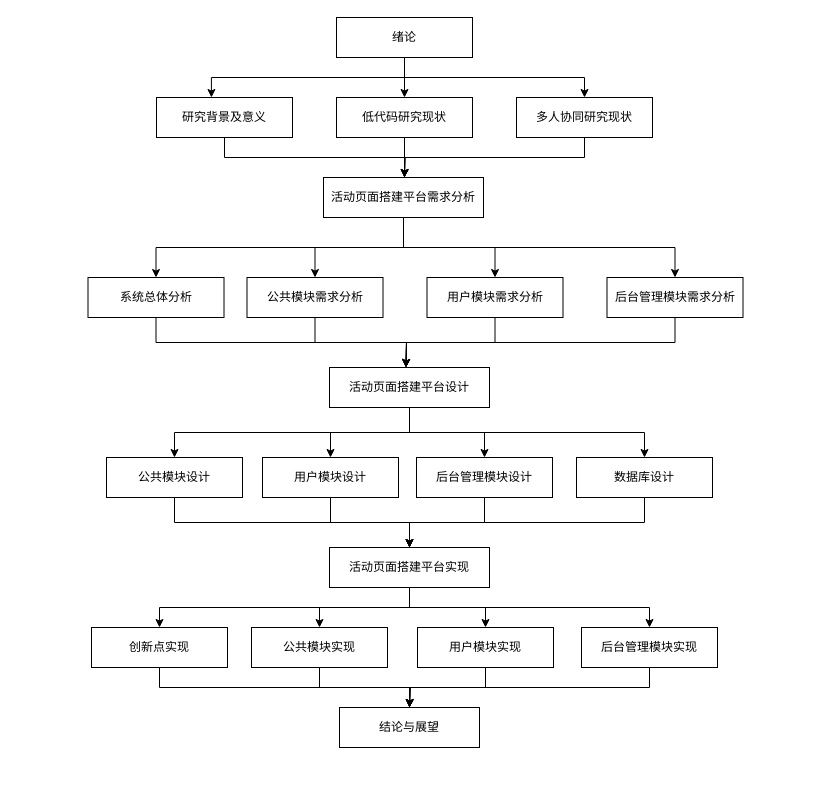
This is 论文的技术路线图.drawio from yuxinyu12345/diagrams, a draw.io file, before an edit. Source tidied: cells renumbered, new cells numbered last; positions are measured from the earlier drawing's top-left corner, leaving out a move shared by most shapes. Both pictures are drawn from the tidied source at 100%, with x=0, y=0 at pixel (87, 17).
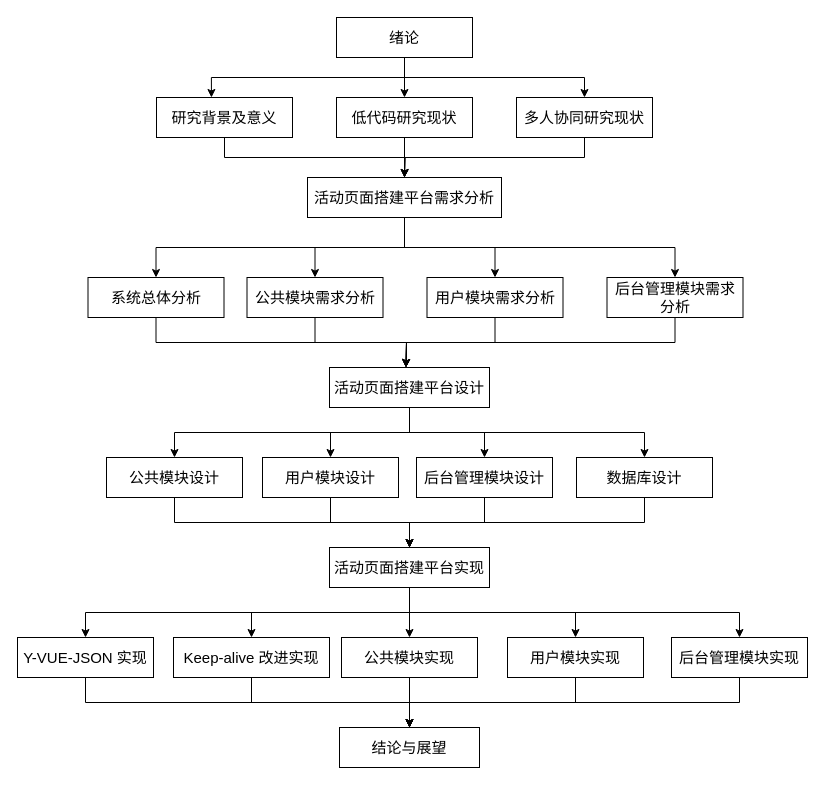
The same page after the edit.

Commit message (it also covers changes not shown here):
更新论文的技术路线图.drawio

What changed in the source:
```diff
@@
-    <mxCell id="2" style="edgeStyle=orthogonalEdgeStyle;rounded=0;jettySize=auto;html=1;exitX=0.5;exitY=1;exitDx=0;exitDy=0;" parent="1" edge="1" source="4" target="8">
+    <mxCell id="2" style="edgeStyle=orthogonalEdgeStyle;rounded=0;jettySize=auto;html=1;exitX=0.5;exitY=1;exitDx=0;exitDy=0;fontSize=15;" parent="1" edge="1" source="4" target="8">
       <mxGeometry relative="1" as="geometry" />
     </mxCell>
-    <mxCell id="3" style="edgeStyle=orthogonalEdgeStyle;rounded=0;jettySize=auto;html=1;exitX=0.5;exitY=1;exitDx=0;exitDy=0;" parent="1" edge="1" source="4" target="10">
+    <mxCell id="3" style="edgeStyle=orthogonalEdgeStyle;rounded=0;jettySize=auto;html=1;exitX=0.5;exitY=1;exitDx=0;exitDy=0;fontSize=15;" parent="1" edge="1" source="4" target="10">
       <mxGeometry relative="1" as="geometry" />
     </mxCell>
-    <mxCell id="4" value="绪论" style="rounded=0;whiteSpace=wrap;html=1;" parent="1" vertex="1">
+    <mxCell id="4" value="绪论" style="rounded=0;whiteSpace=wrap;html=1;fontSize=15;" parent="1" vertex="1">
       <mxGeometry x="249" width="136" height="40" as="geometry" />
     </mxCell>
-    <mxCell id="5" style="edgeStyle=orthogonalEdgeStyle;rounded=0;jettySize=auto;html=1;exitX=0.5;exitY=1;exitDx=0;exitDy=0;entryX=0.5;entryY=0;entryDx=0;entryDy=0;" parent="1" edge="1" source="6">
+    <mxCell id="5" style="edgeStyle=orthogonalEdgeStyle;rounded=0;jettySize=auto;html=1;exitX=0.5;exitY=1;exitDx=0;exitDy=0;entryX=0.5;entryY=0;entryDx=0;entryDy=0;fontSize=15;" parent="1" edge="1" source="6">
       <mxGeometry relative="1" as="geometry">
         <mxPoint x="317" y="160" as="targetPoint" />
       </mxGeometry>
     </mxCell>
-    <mxCell id="6" value="研究背景及意义" style="rounded=0;whiteSpace=wrap;html=1;" parent="1" vertex="1">
+    <mxCell id="6" value="研究背景及意义" style="rounded=0;whiteSpace=wrap;html=1;fontSize=15;" parent="1" vertex="1">
       <mxGeometry x="69" y="80" width="136" height="40" as="geometry" />
     </mxCell>
-    <mxCell id="7" style="edgeStyle=orthogonalEdgeStyle;rounded=0;jettySize=auto;html=1;exitX=0.5;exitY=1;exitDx=0;exitDy=0;entryX=0.5;entryY=0;entryDx=0;entryDy=0;" parent="1" edge="1" source="8">
+    <mxCell id="7" style="edgeStyle=orthogonalEdgeStyle;rounded=0;jettySize=auto;html=1;exitX=0.5;exitY=1;exitDx=0;exitDy=0;entryX=0.5;entryY=0;entryDx=0;entryDy=0;fontSize=15;" parent="1" edge="1" source="8">
       <mxGeometry relative="1" as="geometry">
         <mxPoint x="317" y="160" as="targetPoint" />
       </mxGeometry>
     </mxCell>
-    <mxCell id="8" value="低代码研究现状" style="rounded=0;whiteSpace=wrap;html=1;" parent="1" vertex="1">
+    <mxCell id="8" value="低代码研究现状" style="rounded=0;whiteSpace=wrap;html=1;fontSize=15;" parent="1" vertex="1">
       <mxGeometry x="249" y="80" width="136" height="40" as="geometry" />
     </mxCell>
-    <mxCell id="9" style="edgeStyle=orthogonalEdgeStyle;rounded=0;jettySize=auto;html=1;exitX=0.5;exitY=1;exitDx=0;exitDy=0;entryX=0.5;entryY=0;entryDx=0;entryDy=0;" parent="1" edge="1" source="10">
+    <mxCell id="9" style="edgeStyle=orthogonalEdgeStyle;rounded=0;jettySize=auto;html=1;exitX=0.5;exitY=1;exitDx=0;exitDy=0;entryX=0.5;entryY=0;entryDx=0;entryDy=0;fontSize=15;" parent="1" edge="1" source="10">
       <mxGeometry relative="1" as="geometry">
         <mxPoint x="317" y="160" as="targetPoint" />
       </mxGeometry>
     </mxCell>
-    <mxCell id="10" value="多人协同研究现状" style="rounded=0;whiteSpace=wrap;html=1;" parent="1" vertex="1">
+    <mxCell id="10" value="多人协同研究现状" style="rounded=0;whiteSpace=wrap;html=1;fontSize=15;" parent="1" vertex="1">
       <mxGeometry x="429" y="80" width="136" height="40" as="geometry" />
     </mxCell>
-    <mxCell id="11" style="edgeStyle=orthogonalEdgeStyle;rounded=0;jettySize=auto;html=1;exitX=0.5;exitY=1;exitDx=0;exitDy=0;entryX=0.5;entryY=0;entryDx=0;entryDy=0;" parent="1" edge="1" source="15" target="51">
+    <mxCell id="11" style="edgeStyle=orthogonalEdgeStyle;rounded=0;jettySize=auto;html=1;exitX=0.5;exitY=1;exitDx=0;exitDy=0;entryX=0.5;entryY=0;entryDx=0;entryDy=0;fontSize=15;" parent="1" edge="1" source="15" target="51">
       <mxGeometry relative="1" as="geometry" />
     </mxCell>
-    <mxCell id="12" style="edgeStyle=orthogonalEdgeStyle;rounded=0;jettySize=auto;html=1;exitX=0.5;exitY=1;exitDx=0;exitDy=0;" parent="1" edge="1" source="15" target="17">
+    <mxCell id="12" style="edgeStyle=orthogonalEdgeStyle;rounded=0;jettySize=auto;html=1;exitX=0.5;exitY=1;exitDx=0;exitDy=0;fontSize=15;" parent="1" edge="1" source="15" target="17">
       <mxGeometry relative="1" as="geometry" />
     </mxCell>
-    <mxCell id="13" style="edgeStyle=orthogonalEdgeStyle;rounded=0;jettySize=auto;html=1;exitX=0.5;exitY=1;exitDx=0;exitDy=0;" parent="1" edge="1" source="15" target="19">
+    <mxCell id="13" style="edgeStyle=orthogonalEdgeStyle;rounded=0;jettySize=auto;html=1;exitX=0.5;exitY=1;exitDx=0;exitDy=0;fontSize=15;" parent="1" edge="1" source="15" target="19">
       <mxGeometry relative="1" as="geometry" />
     </mxCell>
-    <mxCell id="14" style="edgeStyle=orthogonalEdgeStyle;rounded=0;jettySize=auto;html=1;exitX=0.5;exitY=1;exitDx=0;exitDy=0;" parent="1" edge="1" source="15" target="21">
+    <mxCell id="14" style="edgeStyle=orthogonalEdgeStyle;rounded=0;jettySize=auto;html=1;exitX=0.5;exitY=1;exitDx=0;exitDy=0;fontSize=15;" parent="1" edge="1" source="15" target="21">
       <mxGeometry relative="1" as="geometry" />
     </mxCell>
-    <mxCell id="15" value="活动页面搭建平台需求分析" style="rounded=0;whiteSpace=wrap;html=1;" parent="1" vertex="1">
-      <mxGeometry x="236" y="160" width="160" height="40" as="geometry" />
+    <mxCell id="15" value="活动页面搭建平台需求分析" style="rounded=0;whiteSpace=wrap;html=1;fontSize=15;" parent="1" vertex="1">
+      <mxGeometry x="220" y="160" width="194" height="40" as="geometry" />
     </mxCell>
-    <mxCell id="16" style="edgeStyle=orthogonalEdgeStyle;rounded=0;jettySize=auto;html=1;exitX=0.5;exitY=1;exitDx=0;exitDy=0;entryX=0.5;entryY=0;entryDx=0;entryDy=0;" parent="1" edge="1" source="17">
+    <mxCell id="16" style="edgeStyle=orthogonalEdgeStyle;rounded=0;jettySize=auto;html=1;exitX=0.5;exitY=1;exitDx=0;exitDy=0;entryX=0.5;entryY=0;entryDx=0;entryDy=0;fontSize=15;" parent="1" edge="1" source="17">
       <mxGeometry relative="1" as="geometry">
         <mxPoint x="318.5" y="350" as="targetPoint" />
       </mxGeometry>
     </mxCell>
-    <mxCell id="17" value="公共模块需求分析" style="rounded=0;whiteSpace=wrap;html=1;" parent="1" vertex="1">
+    <mxCell id="17" value="公共模块需求分析" style="rounded=0;whiteSpace=wrap;html=1;fontSize=15;" parent="1" vertex="1">
       <mxGeometry x="159.5" y="260" width="136" height="40" as="geometry" />
     </mxCell>
-    <mxCell id="18" style="edgeStyle=orthogonalEdgeStyle;rounded=0;jettySize=auto;html=1;exitX=0.5;exitY=1;exitDx=0;exitDy=0;entryX=0.5;entryY=0;entryDx=0;entryDy=0;" parent="1" edge="1" source="19">
+    <mxCell id="18" style="edgeStyle=orthogonalEdgeStyle;rounded=0;jettySize=auto;html=1;exitX=0.5;exitY=1;exitDx=0;exitDy=0;entryX=0.5;entryY=0;entryDx=0;entryDy=0;fontSize=15;" parent="1" edge="1" source="19">
       <mxGeometry relative="1" as="geometry">
         <mxPoint x="318.5" y="350" as="targetPoint" />
       </mxGeometry>
     </mxCell>
-    <mxCell id="19" value="用户模块需求分析" style="rounded=0;whiteSpace=wrap;html=1;" parent="1" vertex="1">
+    <mxCell id="19" value="用户模块需求分析" style="rounded=0;whiteSpace=wrap;html=1;fontSize=15;" parent="1" vertex="1">
       <mxGeometry x="339.5" y="260" width="136" height="40" as="geometry" />
     </mxCell>
-    <mxCell id="20" style="edgeStyle=orthogonalEdgeStyle;rounded=0;jettySize=auto;html=1;exitX=0.5;exitY=1;exitDx=0;exitDy=0;entryX=0.5;entryY=0;entryDx=0;entryDy=0;" parent="1" edge="1" source="21">
+    <mxCell id="20" style="edgeStyle=orthogonalEdgeStyle;rounded=0;jettySize=auto;html=1;exitX=0.5;exitY=1;exitDx=0;exitDy=0;entryX=0.5;entryY=0;entryDx=0;entryDy=0;fontSize=15;" parent="1" edge="1" source="21">
       <mxGeometry relative="1" as="geometry">
         <mxPoint x="318.5" y="350" as="targetPoint" />
       </mxGeometry>
     </mxCell>
-    <mxCell id="21" value="后台管理模块需求分析" style="rounded=0;whiteSpace=wrap;html=1;" parent="1" vertex="1">
+    <mxCell id="21" value="后台管理模块需求分析" style="rounded=0;whiteSpace=wrap;html=1;fontSize=15;" parent="1" vertex="1">
       <mxGeometry x="519.5" y="260" width="136" height="40" as="geometry" />
     </mxCell>
-    <mxCell id="22" style="edgeStyle=orthogonalEdgeStyle;rounded=0;jettySize=auto;html=1;exitX=0.5;exitY=1;exitDx=0;exitDy=0;entryX=0.5;entryY=0;entryDx=0;entryDy=0;" parent="1" edge="1" source="26" target="30">
+    <mxCell id="22" style="edgeStyle=orthogonalEdgeStyle;rounded=0;jettySize=auto;html=1;exitX=0.5;exitY=1;exitDx=0;exitDy=0;entryX=0.5;entryY=0;entryDx=0;entryDy=0;fontSize=15;" parent="1" edge="1" source="26" target="30">
       <mxGeometry relative="1" as="geometry" />
     </mxCell>
-    <mxCell id="23" style="edgeStyle=orthogonalEdgeStyle;rounded=0;jettySize=auto;html=1;exitX=0.5;exitY=1;exitDx=0;exitDy=0;entryX=0.5;entryY=0;entryDx=0;entryDy=0;" parent="1" edge="1" source="26" target="32">
+    <mxCell id="23" style="edgeStyle=orthogonalEdgeStyle;rounded=0;jettySize=auto;html=1;exitX=0.5;exitY=1;exitDx=0;exitDy=0;entryX=0.5;entryY=0;entryDx=0;entryDy=0;fontSize=15;" parent="1" edge="1" source="26" target="32">
       <mxGeometry relative="1" as="geometry" />
     </mxCell>
-    <mxCell id="24" style="edgeStyle=orthogonalEdgeStyle;rounded=0;jettySize=auto;html=1;exitX=0.5;exitY=1;exitDx=0;exitDy=0;entryX=0.5;entryY=0;entryDx=0;entryDy=0;" parent="1" edge="1" source="26" target="49">
+    <mxCell id="24" style="edgeStyle=orthogonalEdgeStyle;rounded=0;jettySize=auto;html=1;exitX=0.5;exitY=1;exitDx=0;exitDy=0;entryX=0.5;entryY=0;entryDx=0;entryDy=0;fontSize=15;" parent="1" edge="1" source="26" target="49">
       <mxGeometry relative="1" as="geometry" />
     </mxCell>
-    <mxCell id="25" style="edgeStyle=orthogonalEdgeStyle;rounded=0;jettySize=auto;html=1;exitX=0.5;exitY=1;exitDx=0;exitDy=0;entryX=0.5;entryY=0;entryDx=0;entryDy=0;" parent="1" edge="1" source="26" target="28">
+    <mxCell id="25" style="edgeStyle=orthogonalEdgeStyle;rounded=0;jettySize=auto;html=1;exitX=0.5;exitY=1;exitDx=0;exitDy=0;entryX=0.5;entryY=0;entryDx=0;entryDy=0;fontSize=15;" parent="1" edge="1" source="26" target="28">
       <mxGeometry relative="1" as="geometry" />
     </mxCell>
-    <mxCell id="26" value="活动页面搭建平台设计" style="rounded=0;whiteSpace=wrap;html=1;" parent="1" vertex="1">
+    <mxCell id="26" value="活动页面搭建平台设计" style="rounded=0;whiteSpace=wrap;html=1;fontSize=15;" parent="1" vertex="1">
       <mxGeometry x="242" y="350" width="160" height="40" as="geometry" />
     </mxCell>
-    <mxCell id="27" style="edgeStyle=orthogonalEdgeStyle;rounded=0;jettySize=auto;html=1;exitX=0.5;exitY=1;exitDx=0;exitDy=0;entryX=0.5;entryY=0;entryDx=0;entryDy=0;" parent="1" edge="1" source="28" target="37">
+    <mxCell id="27" style="edgeStyle=orthogonalEdgeStyle;rounded=0;jettySize=auto;html=1;exitX=0.5;exitY=1;exitDx=0;exitDy=0;entryX=0.5;entryY=0;entryDx=0;entryDy=0;fontSize=15;" parent="1" edge="1" source="28" target="37">
       <mxGeometry relative="1" as="geometry" />
     </mxCell>
-    <mxCell id="28" value="公共模块设计" style="rounded=0;whiteSpace=wrap;html=1;" parent="1" vertex="1">
+    <mxCell id="28" value="公共模块设计" style="rounded=0;whiteSpace=wrap;html=1;fontSize=15;" parent="1" vertex="1">
       <mxGeometry x="19" y="440" width="136" height="40" as="geometry" />
     </mxCell>
-    <mxCell id="29" style="edgeStyle=orthogonalEdgeStyle;rounded=0;jettySize=auto;html=1;exitX=0.5;exitY=1;exitDx=0;exitDy=0;" parent="1" edge="1" source="30" target="37">
+    <mxCell id="29" style="edgeStyle=orthogonalEdgeStyle;rounded=0;jettySize=auto;html=1;exitX=0.5;exitY=1;exitDx=0;exitDy=0;fontSize=15;" parent="1" edge="1" source="30" target="37">
       <mxGeometry relative="1" as="geometry" />
     </mxCell>
-    <mxCell id="30" value="用户模块设计" style="rounded=0;whiteSpace=wrap;html=1;" parent="1" vertex="1">
+    <mxCell id="30" value="用户模块设计" style="rounded=0;whiteSpace=wrap;html=1;fontSize=15;" parent="1" vertex="1">
       <mxGeometry x="175" y="440" width="136" height="40" as="geometry" />
     </mxCell>
-    <mxCell id="31" style="edgeStyle=orthogonalEdgeStyle;rounded=0;jettySize=auto;html=1;exitX=0.5;exitY=1;exitDx=0;exitDy=0;entryX=0.5;entryY=0;entryDx=0;entryDy=0;" parent="1" edge="1" source="32" target="37">
+    <mxCell id="31" style="edgeStyle=orthogonalEdgeStyle;rounded=0;jettySize=auto;html=1;exitX=0.5;exitY=1;exitDx=0;exitDy=0;entryX=0.5;entryY=0;entryDx=0;entryDy=0;fontSize=15;" parent="1" edge="1" source="32" target="37">
       <mxGeometry relative="1" as="geometry" />
     </mxCell>
-    <mxCell id="32" value="后台管理模块设计" style="rounded=0;whiteSpace=wrap;html=1;" parent="1" vertex="1">
+    <mxCell id="32" value="后台管理模块设计" style="rounded=0;whiteSpace=wrap;html=1;fontSize=15;" parent="1" vertex="1">
       <mxGeometry x="329" y="440" width="136" height="40" as="geometry" />
     </mxCell>
+    <mxCell id="52" style="edgeStyle=orthogonalEdgeStyle;rounded=0;jettySize=auto;html=1;exitX=0.5;exitY=1;exitDx=0;exitDy=0;fontSize=15;" parent="1" edge="1" source="37" target="58">
+      <mxGeometry relative="1" as="geometry" />
+    </mxCell>
-    <mxCell id="33" style="edgeStyle=orthogonalEdgeStyle;rounded=0;jettySize=auto;html=1;exitX=0.5;exitY=1;exitDx=0;exitDy=0;entryX=0.5;entryY=0;entryDx=0;entryDy=0;" parent="1" edge="1" source="37" target="45">
+    <mxCell id="33" style="edgeStyle=orthogonalEdgeStyle;rounded=0;jettySize=auto;html=1;exitX=0.5;exitY=1;exitDx=0;exitDy=0;entryX=0.5;entryY=0;entryDx=0;entryDy=0;fontSize=15;" parent="1" edge="1" source="37" target="45">
       <mxGeometry relative="1" as="geometry" />
     </mxCell>
-    <mxCell id="34" style="edgeStyle=orthogonalEdgeStyle;rounded=0;jettySize=auto;html=1;exitX=0.5;exitY=1;exitDx=0;exitDy=0;" parent="1" edge="1" source="37" target="39">
-      <mxGeometry relative="1" as="geometry" />
-    </mxCell>
-    <mxCell id="35" style="edgeStyle=orthogonalEdgeStyle;rounded=0;jettySize=auto;html=1;exitX=0.5;exitY=1;exitDx=0;exitDy=0;entryX=0.5;entryY=0;entryDx=0;entryDy=0;" parent="1" edge="1" source="37" target="41">
+    <mxCell id="35" style="edgeStyle=orthogonalEdgeStyle;rounded=0;jettySize=auto;html=1;exitX=0.5;exitY=1;exitDx=0;exitDy=0;" parent="1" edge="1" source="37" target="41">
       <mxGeometry relative="1" as="geometry" />
     </mxCell>
@@
+    <mxCell id="34" style="edgeStyle=orthogonalEdgeStyle;rounded=0;jettySize=auto;html=1;exitX=0.5;exitY=1;exitDx=0;exitDy=0;" parent="1" edge="1" source="37" target="39">
+      <mxGeometry relative="1" as="geometry" />
+    </mxCell>
-    <mxCell id="37" value="活动页面搭建平台实现" style="rounded=0;whiteSpace=wrap;html=1;" parent="1" vertex="1">
+    <mxCell id="37" value="活动页面搭建平台实现" style="rounded=0;whiteSpace=wrap;html=1;fontSize=15;" parent="1" vertex="1">
       <mxGeometry x="242" y="530" width="160" height="40" as="geometry" />
     </mxCell>
-    <mxCell id="38" style="edgeStyle=orthogonalEdgeStyle;rounded=0;jettySize=auto;html=1;exitX=0.5;exitY=1;exitDx=0;exitDy=0;entryX=0.5;entryY=0;entryDx=0;entryDy=0;" parent="1" edge="1" source="39">
-      <mxGeometry relative="1" as="geometry">
-        <mxPoint x="322" y="690" as="targetPoint" />
-      </mxGeometry>
-    </mxCell>
+    <mxCell id="53" style="edgeStyle=orthogonalEdgeStyle;rounded=0;jettySize=auto;html=1;exitX=0.5;exitY=1;exitDx=0;exitDy=0;" parent="1" edge="1" source="39" target="46">
+      <mxGeometry relative="1" as="geometry" />
+    </mxCell>
-    <mxCell id="39" value="公共模块实现" style="rounded=0;whiteSpace=wrap;html=1;" parent="1" vertex="1">
-      <mxGeometry x="164" y="610" width="136" height="40" as="geometry" />
+    <mxCell id="39" value="公共模块实现" style="rounded=0;whiteSpace=wrap;html=1;fontSize=15;" parent="1" vertex="1">
+      <mxGeometry x="254" y="620" width="136" height="40" as="geometry" />
     </mxCell>
-    <mxCell id="40" style="edgeStyle=orthogonalEdgeStyle;rounded=0;jettySize=auto;html=1;exitX=0.5;exitY=1;exitDx=0;exitDy=0;entryX=0.5;entryY=0;entryDx=0;entryDy=0;" parent="1" edge="1" source="41">
-      <mxGeometry relative="1" as="geometry">
-        <mxPoint x="322" y="690" as="targetPoint" />
-      </mxGeometry>
-    </mxCell>
+    <mxCell id="54" style="edgeStyle=orthogonalEdgeStyle;rounded=0;jettySize=auto;html=1;exitX=0.5;exitY=1;exitDx=0;exitDy=0;entryX=0.5;entryY=0;entryDx=0;entryDy=0;" parent="1" edge="1" source="41" target="46">
+      <mxGeometry relative="1" as="geometry" />
+    </mxCell>
-    <mxCell id="41" value="用户模块实现" style="rounded=0;whiteSpace=wrap;html=1;" parent="1" vertex="1">
-      <mxGeometry x="330" y="610" width="136" height="40" as="geometry" />
+    <mxCell id="41" value="用户模块实现" style="rounded=0;whiteSpace=wrap;html=1;fontSize=15;" parent="1" vertex="1">
+      <mxGeometry x="420" y="620" width="136" height="40" as="geometry" />
     </mxCell>
-    <mxCell id="42" style="edgeStyle=orthogonalEdgeStyle;rounded=0;jettySize=auto;html=1;exitX=0.5;exitY=1;exitDx=0;exitDy=0;entryX=0.5;entryY=0;entryDx=0;entryDy=0;" parent="1" edge="1" source="43">
-      <mxGeometry relative="1" as="geometry">
-        <mxPoint x="322" y="690" as="targetPoint" />
-      </mxGeometry>
-    </mxCell>
+    <mxCell id="55" style="edgeStyle=orthogonalEdgeStyle;rounded=0;jettySize=auto;html=1;exitX=0.5;exitY=1;exitDx=0;exitDy=0;entryX=0.5;entryY=0;entryDx=0;entryDy=0;" parent="1" edge="1" source="43" target="46">
+      <mxGeometry relative="1" as="geometry" />
+    </mxCell>
-    <mxCell id="43" value="后台管理模块实现" style="rounded=0;whiteSpace=wrap;html=1;" parent="1" vertex="1">
-      <mxGeometry x="494" y="610" width="136" height="40" as="geometry" />
+    <mxCell id="43" value="后台管理模块实现" style="rounded=0;whiteSpace=wrap;html=1;fontSize=15;" parent="1" vertex="1">
+      <mxGeometry x="584" y="620" width="136" height="40" as="geometry" />
     </mxCell>
-    <mxCell id="44" style="edgeStyle=orthogonalEdgeStyle;rounded=0;jettySize=auto;html=1;exitX=0.5;exitY=1;exitDx=0;exitDy=0;entryX=0.5;entryY=0;entryDx=0;entryDy=0;" parent="1" edge="1" source="45">
-      <mxGeometry relative="1" as="geometry">
-        <mxPoint x="322" y="690" as="targetPoint" />
-      </mxGeometry>
-    </mxCell>
+    <mxCell id="56" style="edgeStyle=orthogonalEdgeStyle;rounded=0;jettySize=auto;html=1;exitX=0.5;exitY=1;exitDx=0;exitDy=0;entryX=0.5;entryY=0;entryDx=0;entryDy=0;" parent="1" edge="1" source="45" target="46">
+      <mxGeometry relative="1" as="geometry" />
+    </mxCell>
-    <mxCell id="45" value="创新点实现" style="rounded=0;whiteSpace=wrap;html=1;" parent="1" vertex="1">
-      <mxGeometry x="4" y="610" width="136" height="40" as="geometry" />
+    <mxCell id="45" value="Keep-alive 改进实现" style="rounded=0;whiteSpace=wrap;html=1;fontSize=15;" parent="1" vertex="1">
+      <mxGeometry x="86" y="620" width="156" height="40" as="geometry" />
     </mxCell>
-    <mxCell id="46" value="结论与展望" style="rounded=0;whiteSpace=wrap;html=1;" parent="1" vertex="1">
-      <mxGeometry x="252" y="690" width="140" height="40" as="geometry" />
+    <mxCell id="46" value="结论与展望" style="rounded=0;whiteSpace=wrap;html=1;fontSize=15;" parent="1" vertex="1">
+      <mxGeometry x="252" y="710" width="140" height="40" as="geometry" />
     </mxCell>
-    <mxCell id="47" style="edgeStyle=orthogonalEdgeStyle;rounded=0;jettySize=auto;html=1;exitX=0.5;exitY=1;exitDx=0;exitDy=0;entryX=0.404;entryY=0;entryDx=0;entryDy=0;entryPerimeter=0;" parent="1" edge="1" source="4" target="6">
+    <mxCell id="47" style="edgeStyle=orthogonalEdgeStyle;rounded=0;jettySize=auto;html=1;exitX=0.5;exitY=1;exitDx=0;exitDy=0;entryX=0.404;entryY=0;entryDx=0;entryDy=0;entryPerimeter=0;fontSize=15;" parent="1" edge="1" source="4" target="6">
       <mxGeometry relative="1" as="geometry" />
     </mxCell>
-    <mxCell id="48" style="edgeStyle=orthogonalEdgeStyle;rounded=0;jettySize=auto;html=1;exitX=0.5;exitY=1;exitDx=0;exitDy=0;entryX=0.5;entryY=0;entryDx=0;entryDy=0;" parent="1" edge="1" source="49" target="37">
+    <mxCell id="48" style="edgeStyle=orthogonalEdgeStyle;rounded=0;jettySize=auto;html=1;exitX=0.5;exitY=1;exitDx=0;exitDy=0;entryX=0.5;entryY=0;entryDx=0;entryDy=0;fontSize=15;" parent="1" edge="1" source="49" target="37">
       <mxGeometry relative="1" as="geometry" />
     </mxCell>
-    <mxCell id="49" value="数据库设计" style="rounded=0;whiteSpace=wrap;html=1;" parent="1" vertex="1">
+    <mxCell id="49" value="数据库设计" style="rounded=0;whiteSpace=wrap;html=1;fontSize=15;" parent="1" vertex="1">
       <mxGeometry x="489" y="440" width="136" height="40" as="geometry" />
     </mxCell>
-    <mxCell id="50" style="edgeStyle=orthogonalEdgeStyle;rounded=0;jettySize=auto;html=1;exitX=0.5;exitY=1;exitDx=0;exitDy=0;entryX=0.5;entryY=0;entryDx=0;entryDy=0;" parent="1" edge="1" source="51">
+    <mxCell id="50" style="edgeStyle=orthogonalEdgeStyle;rounded=0;jettySize=auto;html=1;exitX=0.5;exitY=1;exitDx=0;exitDy=0;entryX=0.5;entryY=0;entryDx=0;entryDy=0;fontSize=15;" parent="1" edge="1" source="51">
       <mxGeometry relative="1" as="geometry">
         <mxPoint x="318.5" y="350" as="targetPoint" />
       </mxGeometry>
     </mxCell>
-    <mxCell id="51" value="系统总体分析" style="rounded=0;whiteSpace=wrap;html=1;" parent="1" vertex="1">
+    <mxCell id="51" value="系统总体分析" style="rounded=0;whiteSpace=wrap;html=1;fontSize=15;" parent="1" vertex="1">
       <mxGeometry x="0.5" y="260" width="136" height="40" as="geometry" />
     </mxCell>
+    <mxCell id="57" style="edgeStyle=orthogonalEdgeStyle;rounded=0;jettySize=auto;html=1;exitX=0.5;exitY=1;exitDx=0;exitDy=0;" parent="1" edge="1" source="58" target="46">
+      <mxGeometry relative="1" as="geometry" />
+    </mxCell>
+    <mxCell id="58" value="Y-VUE-JSON 实现" style="rounded=0;whiteSpace=wrap;html=1;fontSize=15;" parent="1" vertex="1">
+      <mxGeometry x="-70" y="620" width="136" height="40" as="geometry" />
+    </mxCell>
```
